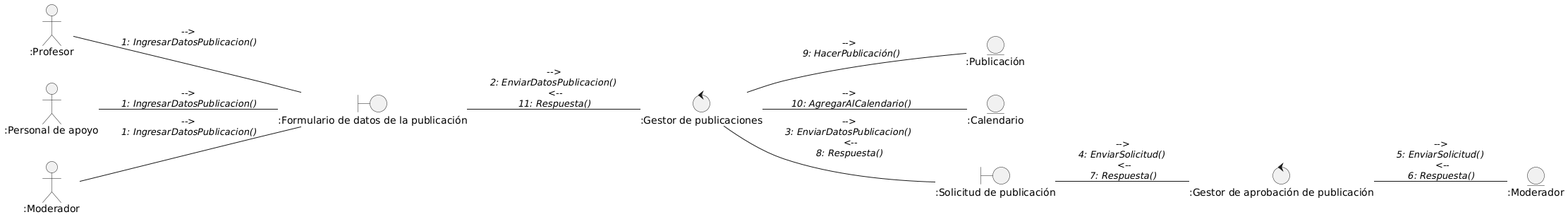
Earlier version of the PlantUML export docs/logicalView/DisciplinaDeAnalisis/DiagramaColaboracionHacerUnaPublicacion.png (Andreinalcm/Proyecto_de_inge_grupo4). Source of this version:
```plantuml
@startuml
left to right direction

Actor ":Profesor" as profe
Actor ":Personal de apoyo" as pa
Actor ":Moderador" as moderador

boundary ":Formulario de datos de la publicación" as form
control ":Gestor de publicaciones" as gestor
control ":Gestor de aprobación de publicación" as gestorP
entity ":Publicación" as p
entity ":Calendario" as c
entity ":Moderador" as mod
boundary ":Solicitud de publicación" as soli

profe -- form : -->\n//1: IngresarDatosPublicacion()//
pa -- form: -->\n//1: IngresarDatosPublicacion()//
moderador -- form: -->\n//1: IngresarDatosPublicacion()//
form -- gestor : -->\n//2: EnviarDatosPublicacion()// \n <--\n//11: Respuesta()//
gestor -- p: -->\n //9: HacerPublicación()//
gestor -- c: -->\n //10: AgregarAlCalendario()//
gestor -- soli: -->\n//3: EnviarDatosPublicacion()// \n <--\n//8: Respuesta()//
soli -- gestorP: -->\n//4: EnviarSolicitud()// \n <--\n//7: Respuesta()//
gestorP -- mod: -->\n//5: EnviarSolicitud()// \n <--\n//6: Respuesta()//
@enduml
```
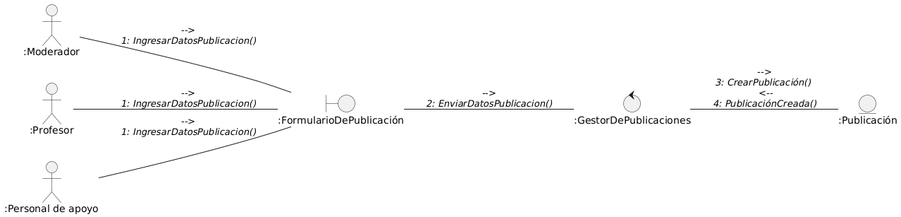
The same diagram one commit later.

Diff of the diagram source:
```diff
@@ -1,25 +1,17 @@
 @startuml
 left to right direction
 
+Actor ":Moderador" as moderador
 Actor ":Profesor" as profe
 Actor ":Personal de apoyo" as pa
-Actor ":Moderador" as moderador
 
-boundary ":Formulario de datos de la publicación" as form
-control ":Gestor de publicaciones" as gestor
-control ":Gestor de aprobación de publicación" as gestorP
+boundary ":FormularioDePublicación" as form
+control ":GestorDePublicaciones" as gestor
 entity ":Publicación" as p
-entity ":Calendario" as c
-entity ":Moderador" as mod
-boundary ":Solicitud de publicación" as soli
 
 profe -- form : -->\n//1: IngresarDatosPublicacion()//
-pa -- form: -->\n//1: IngresarDatosPublicacion()//
-moderador -- form: -->\n//1: IngresarDatosPublicacion()//
-form -- gestor : -->\n//2: EnviarDatosPublicacion()// \n <--\n//11: Respuesta()//
-gestor -- p: -->\n //9: HacerPublicación()//
-gestor -- c: -->\n //10: AgregarAlCalendario()//
-gestor -- soli: -->\n//3: EnviarDatosPublicacion()// \n <--\n//8: Respuesta()//
-soli -- gestorP: -->\n//4: EnviarSolicitud()// \n <--\n//7: Respuesta()//
-gestorP -- mod: -->\n//5: EnviarSolicitud()// \n <--\n//6: Respuesta()//
+pa -- form : -->\n//1: IngresarDatosPublicacion()//
+moderador -- form : -->\n//1: IngresarDatosPublicacion()//
+form -- gestor : -->\n//2: EnviarDatosPublicacion()//
+gestor -- p: -->\n//3: CrearPublicación()// \n <--\n//4: PublicaciónCreada()//
 @enduml
```
